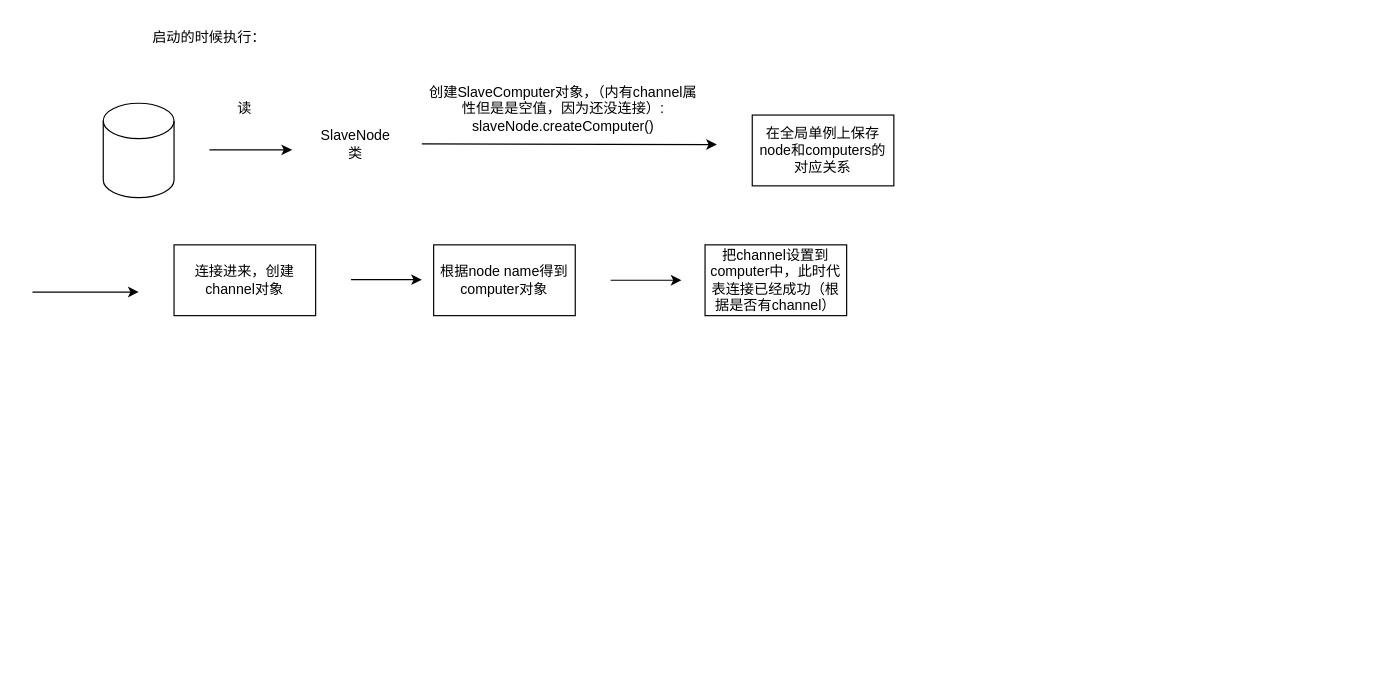
Before: think.drawio in lzus/test, a draw.io diagram. Source tidied: cells renumbered, new cells numbered last; positions are measured from the earlier drawing's top-left corner, leaving out a move shared by most shapes. Both pictures are drawn from the tidied source at 118%, with x=0, y=0 at pixel (32, 20).
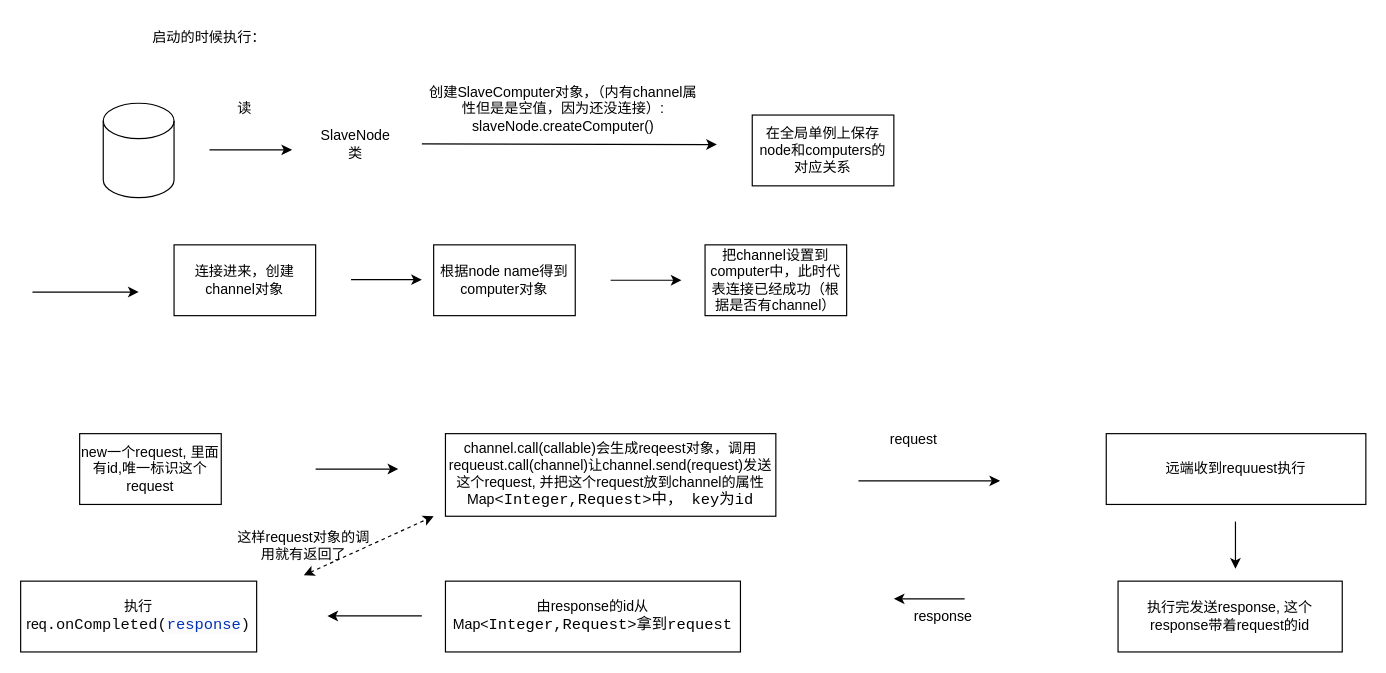
After the change.

Change to the diagram source:
```diff
@@
+    <mxCell id="16" style="endArrow=classic;html=1;rounded=0;" parent="1" edge="1">
+      <mxGeometry relative="1" as="geometry">
+        <mxPoint x="240" y="380" as="sourcePoint" />
+        <mxPoint x="310" y="380" as="targetPoint" />
+      </mxGeometry>
+    </mxCell>
+    <mxCell id="17" value="channel.call(callable)会生成reqeest对象，调用requeust.call(channel)让channel.send(request)发送这个request, 并把这个request放到channel的属性Map&lt;span style=&quot;background-color: rgb(255, 255, 255); color: rgb(8, 8, 8); font-family: &amp;quot;JetBrains Mono&amp;quot;, monospace; font-size: 9.8pt;&quot;&gt;&amp;lt;&lt;/span&gt;&lt;span style=&quot;font-family: &amp;quot;JetBrains Mono&amp;quot;, monospace; font-size: 9.8pt;&quot;&gt;Integer&lt;/span&gt;&lt;span style=&quot;background-color: rgb(255, 255, 255); color: rgb(8, 8, 8); font-family: &amp;quot;JetBrains Mono&amp;quot;, monospace; font-size: 9.8pt;&quot;&gt;,&lt;/span&gt;&lt;span style=&quot;font-family: &amp;quot;JetBrains Mono&amp;quot;, monospace; font-size: 9.8pt;&quot;&gt;Request&amp;gt;中， key为id&lt;/span&gt;" style="rounded=0;whiteSpace=wrap;html=1;" parent="1" vertex="1">
+      <mxGeometry x="350" y="350" width="280" height="70" as="geometry" />
+    </mxCell>
+    <mxCell id="18" value="new一个request, 里面有id,唯一标识这个request" style="rounded=0;whiteSpace=wrap;html=1;" parent="1" vertex="1">
+      <mxGeometry x="40" y="350" width="120" height="60" as="geometry" />
+    </mxCell>
+    <mxCell id="19" value="远端收到requuest执行" style="rounded=0;whiteSpace=wrap;html=1;" parent="1" vertex="1">
+      <mxGeometry x="910" y="350" width="220" height="60" as="geometry" />
+    </mxCell>
+    <mxCell id="20" value="request" style="text;html=1;strokeColor=none;fillColor=none;align=center;verticalAlign=middle;whiteSpace=wrap;rounded=0;" parent="1" vertex="1">
+      <mxGeometry x="717" y="340" width="60" height="30" as="geometry" />
+    </mxCell>
+    <mxCell id="21" style="endArrow=classic;html=1;rounded=0;" parent="1" edge="1">
+      <mxGeometry relative="1" as="geometry">
+        <mxPoint x="700" y="390" as="sourcePoint" />
+        <mxPoint x="820" y="390" as="targetPoint" />
+      </mxGeometry>
+    </mxCell>
+    <mxCell id="22" style="endArrow=classic;html=1;rounded=0;" parent="1" edge="1">
+      <mxGeometry relative="1" as="geometry">
+        <mxPoint x="790" y="490" as="sourcePoint" />
+        <mxPoint x="730" y="490" as="targetPoint" />
+      </mxGeometry>
+    </mxCell>
+    <mxCell id="23" value="response" style="text;html=1;strokeColor=none;fillColor=none;align=center;verticalAlign=middle;whiteSpace=wrap;rounded=0;" parent="1" vertex="1">
+      <mxGeometry x="717" y="490" width="110" height="30" as="geometry" />
+    </mxCell>
+    <mxCell id="24" value="执行完发送response, 这个response带着request的id" style="rounded=0;whiteSpace=wrap;html=1;" parent="1" vertex="1">
+      <mxGeometry x="920" y="475" width="190" height="60" as="geometry" />
+    </mxCell>
+    <mxCell id="25" style="endArrow=classic;html=1;rounded=0;" parent="1" edge="1">
+      <mxGeometry relative="1" as="geometry">
+        <mxPoint x="1019.5" y="424.5" as="sourcePoint" />
+        <mxPoint x="1019.5" y="464.5" as="targetPoint" />
+      </mxGeometry>
+    </mxCell>
+    <mxCell id="26" value="由response的id从Map&amp;lt;&lt;span style=&quot;border-color: var(--border-color); font-family: &amp;quot;JetBrains Mono&amp;quot;, monospace; font-size: 9.8pt;&quot;&gt;Integer&lt;/span&gt;&lt;span style=&quot;border-color: var(--border-color); background-color: rgb(255, 255, 255); color: rgb(8, 8, 8); font-family: &amp;quot;JetBrains Mono&amp;quot;, monospace; font-size: 9.8pt;&quot;&gt;,&lt;/span&gt;&lt;span style=&quot;border-color: var(--border-color); font-family: &amp;quot;JetBrains Mono&amp;quot;, monospace; font-size: 9.8pt;&quot;&gt;Request&amp;gt;拿到request&lt;/span&gt;" style="rounded=0;whiteSpace=wrap;html=1;" parent="1" vertex="1">
+      <mxGeometry x="350" y="475" width="250" height="60" as="geometry" />
+    </mxCell>
+    <mxCell id="27" style="endArrow=classic;html=1;rounded=0;" parent="1" edge="1">
+      <mxGeometry relative="1" as="geometry">
+        <mxPoint x="330" y="504.5" as="sourcePoint" />
+        <mxPoint x="250" y="504.5" as="targetPoint" />
+      </mxGeometry>
+    </mxCell>
+    <mxCell id="28" value="执行req&lt;span style=&quot;background-color: rgb(255, 255, 255); color: rgb(8, 8, 8); font-family: &amp;quot;JetBrains Mono&amp;quot;, monospace; font-size: 9.8pt;&quot;&gt;.onCompleted(&lt;/span&gt;&lt;span style=&quot;font-family: &amp;quot;JetBrains Mono&amp;quot;, monospace; font-size: 9.8pt; background-color: rgb(251, 251, 251);&quot;&gt;&lt;font color=&quot;#0033b3&quot;&gt;response&lt;/font&gt;&lt;/span&gt;&lt;span style=&quot;background-color: rgb(255, 255, 255); color: rgb(8, 8, 8); font-family: &amp;quot;JetBrains Mono&amp;quot;, monospace; font-size: 9.8pt;&quot;&gt;)&lt;/span&gt;" style="rounded=0;whiteSpace=wrap;html=1;" parent="1" vertex="1">
+      <mxGeometry x="-10" y="475" width="200" height="60" as="geometry" />
+    </mxCell>
+    <mxCell id="29" style="endArrow=classic;startArrow=classic;html=1;rounded=0;dashed=1;" parent="1" edge="1">
+      <mxGeometry relative="1" as="geometry">
+        <mxPoint x="230" y="470" as="sourcePoint" />
+        <mxPoint x="340" y="420" as="targetPoint" />
+      </mxGeometry>
+    </mxCell>
+    <mxCell id="30" value="这样request对象的调用就有返回了" style="text;html=1;strokeColor=none;fillColor=none;align=center;verticalAlign=middle;whiteSpace=wrap;rounded=0;" parent="1" vertex="1">
+      <mxGeometry x="170" y="430" width="120" height="30" as="geometry" />
+    </mxCell>
```
